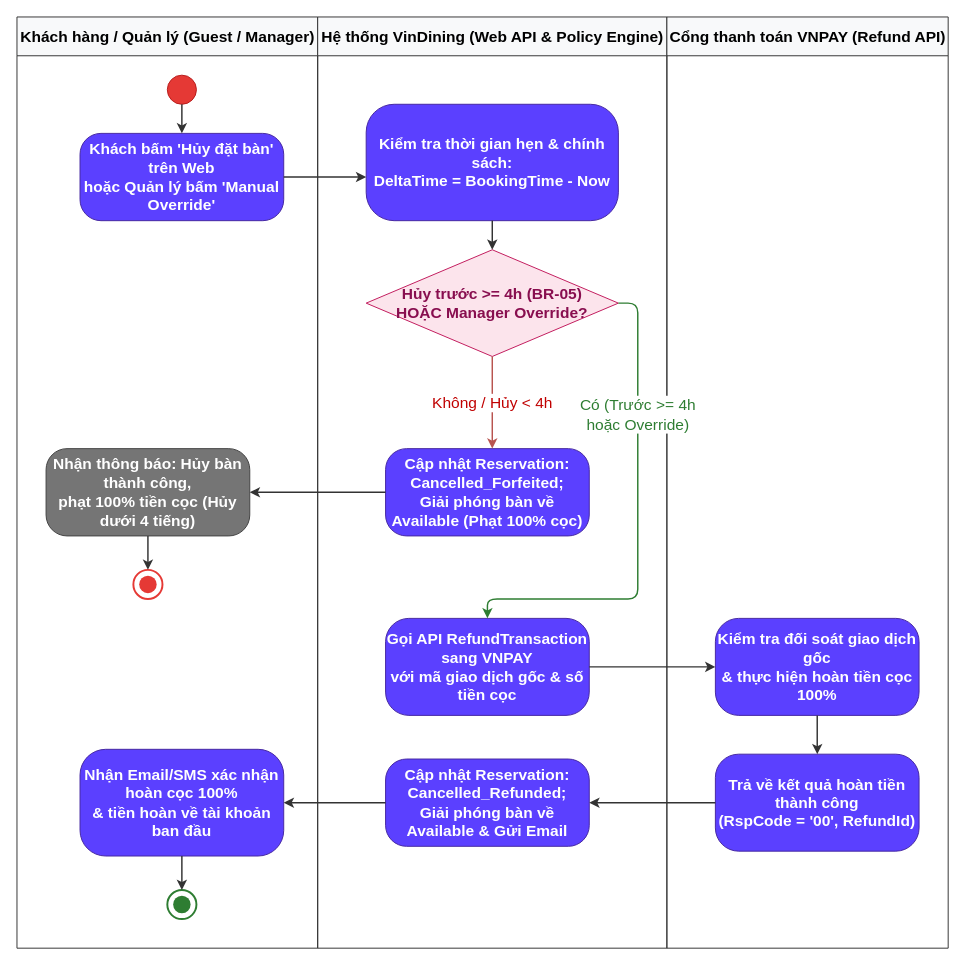
Above: docs/phase1/drawio/ad05_cancellation_refund.drawio in AndrewQng/VinDining (draw.io), before the change. Source tidied: cells renumbered, new cells numbered last; positions are measured from the earlier drawing's top-left corner, leaving out a move shared by most shapes. Both pictures are drawn from the tidied source at 97%, with x=0, y=0 at pixel (16, 16).
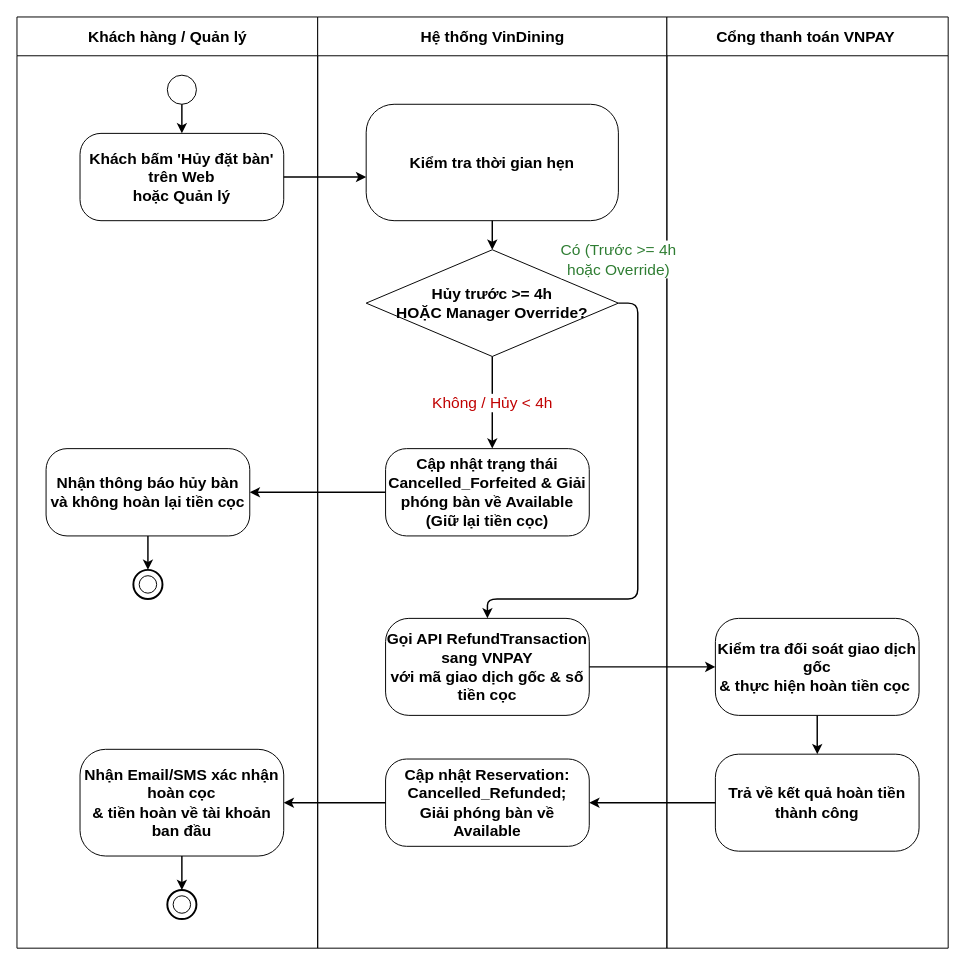
The same page after the edit.

Diff of the diagram source:
```diff
@@
-    <mxCell id="2" value="Khách hàng / Quản lý (Guest / Manager)" style="swimlane;html=1;startSize=40;horizontal=1;fontStyle=1;fontSize=16;align=center;verticalAlign=middle;fillColor=#f8f9fa;strokeColor=#333333;swimlaneLine=1;" parent="1" vertex="1">
+    <mxCell id="2" value="Khách hàng / Quản lý" style="swimlane;html=1;startSize=40;horizontal=1;fontStyle=1;fontSize=16;align=center;verticalAlign=middle;swimlaneLine=1;" parent="1" vertex="1">
       <mxGeometry width="310" height="960" as="geometry" />
     </mxCell>
-    <mxCell id="3" style="ellipse;whiteSpace=wrap;html=1;fillColor=#e53935;strokeColor=#b71c1c;fontSize=16;" parent="2" vertex="1">
+    <mxCell id="3" style="ellipse;whiteSpace=wrap;html=1;fontSize=16;" parent="2" vertex="1">
       <mxGeometry x="155" y="60" width="30" height="30" as="geometry" />
     </mxCell>
-    <mxCell id="4" value="Khách bấm 'Hủy đặt bàn' trên Web&#10;hoặc Quản lý bấm 'Manual Override'" style="rounded=1;arcSize=24;whiteSpace=wrap;html=1;fillColor=#5b40ff;strokeColor=#4527a0;fontColor=#ffffff;fontStyle=1;fontSize=16;align=center;verticalAlign=middle;" parent="2" vertex="1">
+    <mxCell id="4" value="Khách bấm 'Hủy đặt bàn' trên Web&lt;br&gt;hoặc Quản lý" style="rounded=1;arcSize=24;whiteSpace=wrap;html=1;fontStyle=1;fontSize=16;align=center;verticalAlign=middle;" parent="2" vertex="1">
       <mxGeometry x="65" y="120" width="210" height="90" as="geometry" />
     </mxCell>
-    <mxCell id="5" value="Nhận Email/SMS xác nhận hoàn cọc 100%&#10;&amp;amp; tiền hoàn về tài khoản ban đầu" style="rounded=1;arcSize=24;whiteSpace=wrap;html=1;fillColor=#5b40ff;strokeColor=#4527a0;fontColor=#ffffff;fontStyle=1;fontSize=16;align=center;verticalAlign=middle;" parent="2" vertex="1">
+    <mxCell id="5" value="Nhận Email/SMS xác nhận hoàn cọc&lt;br&gt;&amp;amp; tiền hoàn về tài khoản ban đầu" style="rounded=1;arcSize=24;whiteSpace=wrap;html=1;fontStyle=1;fontSize=16;align=center;verticalAlign=middle;" parent="2" vertex="1">
       <mxGeometry x="65" y="755" width="210" height="110" as="geometry" />
     </mxCell>
-    <mxCell id="6" style="ellipse;whiteSpace=wrap;html=1;fillColor=#ffffff;strokeColor=#2e7d32;strokeWidth=2;fontSize=16;" parent="2" vertex="1">
+    <mxCell id="6" style="ellipse;whiteSpace=wrap;html=1;strokeWidth=2;fontSize=16;" parent="2" vertex="1">
       <mxGeometry x="155" y="900" width="30" height="30" as="geometry" />
     </mxCell>
-    <mxCell id="7" style="ellipse;whiteSpace=wrap;html=1;fillColor=#2e7d32;strokeColor=none;fontSize=16;" parent="2" vertex="1">
+    <mxCell id="7" style="ellipse;whiteSpace=wrap;html=1;fontSize=16;" parent="2" vertex="1">
       <mxGeometry x="161" y="906" width="18" height="18" as="geometry" />
     </mxCell>
-    <mxCell id="8" style="edgeStyle=orthogonalEdgeStyle;rounded=0;strokeColor=#333333;strokeWidth=1.5;html=1;fontSize=16;" parent="2" edge="1" source="5" target="6">
+    <mxCell id="8" style="edgeStyle=orthogonalEdgeStyle;rounded=0;strokeWidth=1.5;html=1;fontSize=16;" parent="2" edge="1" source="5" target="6">
       <mxGeometry relative="1" as="geometry" />
     </mxCell>
-    <mxCell id="9" value="Hệ thống VinDining (Web API &amp;amp; Policy Engine)" style="swimlane;html=1;startSize=40;horizontal=1;fontStyle=1;fontSize=16;align=center;verticalAlign=middle;fillColor=#f8f9fa;strokeColor=#333333;swimlaneLine=1;" parent="1" vertex="1">
+    <mxCell id="9" value="Hệ thống VinDining" style="swimlane;html=1;startSize=40;horizontal=1;fontStyle=1;fontSize=16;align=center;verticalAlign=middle;swimlaneLine=1;" parent="1" vertex="1">
       <mxGeometry x="310" width="360" height="960" as="geometry" />
     </mxCell>
-    <mxCell id="10" value="Kiểm tra thời gian hẹn &amp;amp; chính sách:&#10;DeltaTime = BookingTime - Now" style="rounded=1;arcSize=24;whiteSpace=wrap;html=1;fillColor=#5b40ff;strokeColor=#4527a0;fontColor=#ffffff;fontStyle=1;fontSize=16;align=center;verticalAlign=middle;" parent="9" vertex="1">
+    <mxCell id="10" value="Kiểm tra thời gian hẹn" style="rounded=1;arcSize=24;whiteSpace=wrap;html=1;fontStyle=1;fontSize=16;align=center;verticalAlign=middle;" parent="9" vertex="1">
       <mxGeometry x="50" y="90" width="260" height="120" as="geometry" />
     </mxCell>
-    <mxCell id="11" value="Hủy trước &amp;gt;= 4h (BR-05)&#10;HOẶC Manager Override?" style="rhombus;whiteSpace=wrap;html=1;fillColor=#fce4ec;strokeColor=#c2185b;fontColor=#880e4f;fontStyle=1;fontSize=16;align=center;verticalAlign=middle;" parent="9" vertex="1">
+    <mxCell id="11" value="Hủy trước &amp;gt;= 4h&lt;br&gt;HOẶC Manager Override?" style="rhombus;whiteSpace=wrap;html=1;fontStyle=1;fontSize=16;align=center;verticalAlign=middle;" parent="9" vertex="1">
       <mxGeometry x="50" y="240" width="260" height="110" as="geometry" />
     </mxCell>
-    <mxCell id="12" value="Nhận thông báo: Hủy bàn thành công,&#10;phạt 100% tiền cọc (Hủy dưới 4 tiếng)" style="rounded=1;arcSize=24;whiteSpace=wrap;html=1;fillColor=#757575;strokeColor=#424242;fontColor=#ffffff;fontStyle=1;fontSize=16;align=center;verticalAlign=middle;" parent="9" vertex="1">
+    <mxCell id="12" value="Nhận thông báo hủy bàn và không hoàn lại tiền cọc" style="rounded=1;arcSize=24;whiteSpace=wrap;html=1;fontStyle=1;fontSize=16;align=center;verticalAlign=middle;" parent="9" vertex="1">
       <mxGeometry x="-280" y="445" width="210" height="90" as="geometry" />
     </mxCell>
-    <mxCell id="13" style="ellipse;whiteSpace=wrap;html=1;fillColor=#ffffff;strokeColor=#e53935;strokeWidth=2;fontSize=16;" parent="9" vertex="1">
+    <mxCell id="13" style="ellipse;whiteSpace=wrap;html=1;strokeWidth=2;fontSize=16;" parent="9" vertex="1">
       <mxGeometry x="-190" y="570" width="30" height="30" as="geometry" />
     </mxCell>
-    <mxCell id="14" style="ellipse;whiteSpace=wrap;html=1;fillColor=#e53935;strokeColor=none;fontSize=16;" parent="9" vertex="1">
+    <mxCell id="14" style="ellipse;whiteSpace=wrap;html=1;fontSize=16;" parent="9" vertex="1">
       <mxGeometry x="-184" y="576" width="18" height="18" as="geometry" />
     </mxCell>
-    <mxCell id="15" value="Cập nhật Reservation: Cancelled_Forfeited;&#10;Giải phóng bàn về Available (Phạt 100% cọc)" style="rounded=1;arcSize=24;whiteSpace=wrap;html=1;fillColor=#5b40ff;strokeColor=#4527a0;fontColor=#ffffff;fontStyle=1;fontSize=16;align=center;verticalAlign=middle;" parent="9" vertex="1">
+    <mxCell id="15" value="Cập nhật trạng thái Cancelled_Forfeited &amp;amp; Giải phóng bàn về Available (Giữ lại tiền cọc)" style="rounded=1;arcSize=24;whiteSpace=wrap;html=1;fontStyle=1;fontSize=16;align=center;verticalAlign=middle;" parent="9" vertex="1">
       <mxGeometry x="70" y="445" width="210" height="90" as="geometry" />
     </mxCell>
-    <mxCell id="16" value="Gọi API RefundTransaction sang VNPAY&#10;với mã giao dịch gốc &amp;amp; số tiền cọc" style="rounded=1;arcSize=24;whiteSpace=wrap;html=1;fillColor=#5b40ff;strokeColor=#4527a0;fontColor=#ffffff;fontStyle=1;fontSize=16;align=center;verticalAlign=middle;" parent="9" vertex="1">
+    <mxCell id="16" value="Gọi API RefundTransaction sang VNPAY&#10;với mã giao dịch gốc &amp;amp; số tiền cọc" style="rounded=1;arcSize=24;whiteSpace=wrap;html=1;fontStyle=1;fontSize=16;align=center;verticalAlign=middle;" parent="9" vertex="1">
       <mxGeometry x="70" y="620" width="210" height="100" as="geometry" />
     </mxCell>
-    <mxCell id="17" value="Cập nhật Reservation: Cancelled_Refunded;&#10;Giải phóng bàn về Available &amp;amp; Gửi Email" style="rounded=1;arcSize=24;whiteSpace=wrap;html=1;fillColor=#5b40ff;strokeColor=#4527a0;fontColor=#ffffff;fontStyle=1;fontSize=16;align=center;verticalAlign=middle;" parent="9" vertex="1">
+    <mxCell id="17" value="Cập nhật Reservation: Cancelled_Refunded;&lt;br&gt;Giải phóng bàn về Available" style="rounded=1;arcSize=24;whiteSpace=wrap;html=1;fontStyle=1;fontSize=16;align=center;verticalAlign=middle;" parent="9" vertex="1">
       <mxGeometry x="70" y="765" width="210" height="90" as="geometry" />
     </mxCell>
-    <mxCell id="18" value="Kiểm tra đối soát giao dịch gốc&#10;&amp;amp; thực hiện hoàn tiền cọc 100%" style="rounded=1;arcSize=24;whiteSpace=wrap;html=1;fillColor=#5b40ff;strokeColor=#4527a0;fontColor=#ffffff;fontStyle=1;fontSize=16;align=center;verticalAlign=middle;" parent="9" vertex="1">
+    <mxCell id="18" value="Kiểm tra đối soát giao dịch gốc&lt;br&gt;&amp;amp; thực hiện hoàn tiền cọc&amp;nbsp;" style="rounded=1;arcSize=24;whiteSpace=wrap;html=1;fontStyle=1;fontSize=16;align=center;verticalAlign=middle;" parent="9" vertex="1">
       <mxGeometry x="410" y="620" width="210" height="100" as="geometry" />
     </mxCell>
-    <mxCell id="19" style="edgeStyle=orthogonalEdgeStyle;rounded=0;strokeColor=#333333;strokeWidth=1.5;html=1;fontSize=16;" parent="9" edge="1" source="15" target="12">
+    <mxCell id="19" style="edgeStyle=orthogonalEdgeStyle;rounded=0;strokeWidth=1.5;html=1;fontSize=16;" parent="9" edge="1" source="15" target="12">
       <mxGeometry relative="1" as="geometry" />
     </mxCell>
-    <mxCell id="20" style="edgeStyle=orthogonalEdgeStyle;rounded=0;strokeColor=#333333;strokeWidth=1.5;html=1;fontSize=16;" parent="9" edge="1" source="12" target="13">
+    <mxCell id="20" style="edgeStyle=orthogonalEdgeStyle;rounded=0;strokeWidth=1.5;html=1;fontSize=16;" parent="9" edge="1" source="12" target="13">
       <mxGeometry relative="1" as="geometry" />
     </mxCell>
-    <mxCell id="21" style="edgeStyle=orthogonalEdgeStyle;rounded=0;strokeColor=#333333;strokeWidth=1.5;html=1;fontSize=16;" parent="9" edge="1" source="16" target="18">
+    <mxCell id="21" style="edgeStyle=orthogonalEdgeStyle;rounded=0;strokeWidth=1.5;html=1;fontSize=16;" parent="9" edge="1" source="16" target="18">
       <mxGeometry relative="1" as="geometry" />
     </mxCell>
-    <mxCell id="22" value="Cổng thanh toán VNPAY (Refund API)" style="swimlane;html=1;startSize=40;horizontal=1;fontStyle=1;fontSize=16;align=center;verticalAlign=middle;fillColor=#f8f9fa;strokeColor=#333333;swimlaneLine=1;" parent="1" vertex="1">
+    <mxCell id="22" value="Cổng thanh toán VNPAY&amp;nbsp;" style="swimlane;html=1;startSize=40;horizontal=1;fontStyle=1;fontSize=16;align=center;verticalAlign=middle;swimlaneLine=1;" parent="1" vertex="1">
       <mxGeometry x="670" width="290" height="960" as="geometry" />
     </mxCell>
-    <mxCell id="23" value="Trả về kết quả hoàn tiền thành công&#10;(RspCode = '00', RefundId)" style="rounded=1;arcSize=24;whiteSpace=wrap;html=1;fillColor=#5b40ff;strokeColor=#4527a0;fontColor=#ffffff;fontStyle=1;fontSize=16;align=center;verticalAlign=middle;" parent="22" vertex="1">
+    <mxCell id="23" value="Trả về kết quả hoàn tiền thành công" style="rounded=1;arcSize=24;whiteSpace=wrap;html=1;fontStyle=1;fontSize=16;align=center;verticalAlign=middle;" parent="22" vertex="1">
       <mxGeometry x="50" y="760" width="210" height="100" as="geometry" />
     </mxCell>
-    <mxCell id="24" style="edgeStyle=orthogonalEdgeStyle;rounded=0;strokeColor=#333333;strokeWidth=1.5;html=1;fontSize=16;" parent="1" edge="1" source="3" target="4">
+    <mxCell id="24" style="edgeStyle=orthogonalEdgeStyle;rounded=0;strokeWidth=1.5;html=1;fontSize=16;" parent="1" edge="1" source="3" target="4">
       <mxGeometry relative="1" as="geometry" />
     </mxCell>
-    <mxCell id="25" style="edgeStyle=orthogonalEdgeStyle;rounded=0;strokeColor=#333333;strokeWidth=1.5;html=1;fontSize=16;" parent="1" edge="1" source="4" target="10">
+    <mxCell id="25" style="edgeStyle=orthogonalEdgeStyle;rounded=0;strokeWidth=1.5;html=1;fontSize=16;" parent="1" edge="1" source="4" target="10">
       <mxGeometry relative="1" as="geometry">
         <Array as="points">
           <mxPoint x="340" y="165" />
           <mxPoint x="340" y="165" />
         </Array>
       </mxGeometry>
     </mxCell>
-    <mxCell id="26" style="edgeStyle=orthogonalEdgeStyle;rounded=0;strokeColor=#333333;strokeWidth=1.5;html=1;fontSize=16;" parent="1" edge="1" source="10" target="11">
+    <mxCell id="26" style="edgeStyle=orthogonalEdgeStyle;rounded=0;strokeWidth=1.5;html=1;fontSize=16;" parent="1" edge="1" source="10" target="11">
       <mxGeometry relative="1" as="geometry" />
     </mxCell>
-    <mxCell id="27" value="Không / Hủy &amp;lt; 4h" style="edgeStyle=orthogonalEdgeStyle;rounded=0;strokeColor=#b85450;strokeWidth=1.5;html=1;fontColor=#c00000;labelBackgroundColor=#ffffff;fontSize=16;" parent="1" edge="1" source="11" target="15">
+    <mxCell id="27" value="Không / Hủy &amp;lt; 4h" style="edgeStyle=orthogonalEdgeStyle;rounded=0;strokeWidth=1.5;html=1;fontColor=#c00000;labelBackgroundColor=#ffffff;fontSize=16;" parent="1" edge="1" source="11" target="15">
       <mxGeometry relative="1" as="geometry">
         <Array as="points">
           <mxPoint x="490" y="440" />
           <mxPoint x="490" y="440" />
         </Array>
       </mxGeometry>
     </mxCell>
-    <mxCell id="28" value="Có (Trước &amp;gt;= 4h&#10;hoặc Override)" style="edgeStyle=orthogonalEdgeStyle;rounded=1;strokeColor=#2e7d32;strokeWidth=1.5;html=1;fontColor=#2e7d32;labelBackgroundColor=#ffffff;exitX=1;exitY=0.5;entryX=0.5;entryY=0;fontSize=16;" parent="1" edge="1" source="11" target="16">
-      <mxGeometry x="-0.46" relative="1" as="geometry">
+    <mxCell id="28" value="Có (Trước &amp;gt;= 4h&#10;hoặc Override)" style="edgeStyle=orthogonalEdgeStyle;rounded=1;strokeWidth=1.5;html=1;fontColor=#2e7d32;labelBackgroundColor=#ffffff;exitX=1;exitY=0.5;entryX=0.5;entryY=0;fontSize=16;" parent="1" edge="1" source="11" target="16">
+      <mxGeometry x="-1" y="45" relative="1" as="geometry">
         <Array as="points">
           <mxPoint x="640" y="295" />
           <mxPoint x="640" y="600.1" />
           <mxPoint x="485" y="600.1" />
         </Array>
       </mxGeometry>
     </mxCell>
-    <mxCell id="29" style="edgeStyle=orthogonalEdgeStyle;rounded=0;strokeColor=#333333;strokeWidth=1.5;html=1;fontSize=16;" parent="1" edge="1" source="18" target="23">
+    <mxCell id="29" style="edgeStyle=orthogonalEdgeStyle;rounded=0;strokeWidth=1.5;html=1;fontSize=16;" parent="1" edge="1" source="18" target="23">
       <mxGeometry relative="1" as="geometry" />
     </mxCell>
-    <mxCell id="30" style="edgeStyle=orthogonalEdgeStyle;rounded=0;strokeColor=#333333;strokeWidth=1.5;html=1;fontSize=16;" parent="1" edge="1" source="23" target="17">
+    <mxCell id="30" style="edgeStyle=orthogonalEdgeStyle;rounded=0;strokeWidth=1.5;html=1;fontSize=16;" parent="1" edge="1" source="23" target="17">
       <mxGeometry relative="1" as="geometry">
         <Array as="points">
           <mxPoint x="825" y="790" />
           <mxPoint x="485" y="790" />
         </Array>
       </mxGeometry>
     </mxCell>
-    <mxCell id="31" style="edgeStyle=orthogonalEdgeStyle;rounded=0;strokeColor=#333333;strokeWidth=1.5;html=1;fontSize=16;" parent="1" edge="1" source="17" target="5">
+    <mxCell id="31" style="edgeStyle=orthogonalEdgeStyle;rounded=0;strokeWidth=1.5;html=1;fontSize=16;" parent="1" edge="1" source="17" target="5">
       <mxGeometry relative="1" as="geometry" />
     </mxCell>
```
